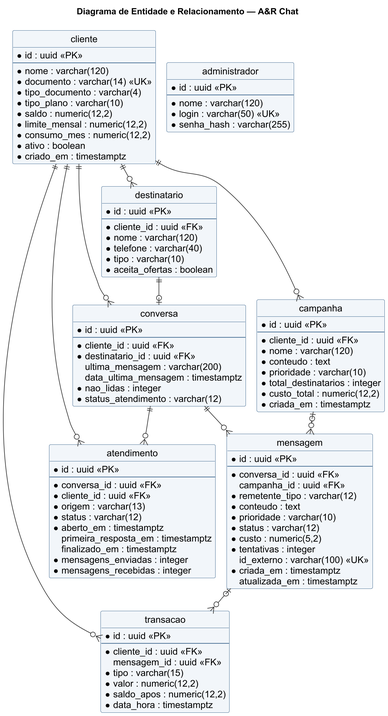
Above: docs/03-diagramas/06-der.png in ryanandrade-beep/ar-chat (PlantUML), before the change.
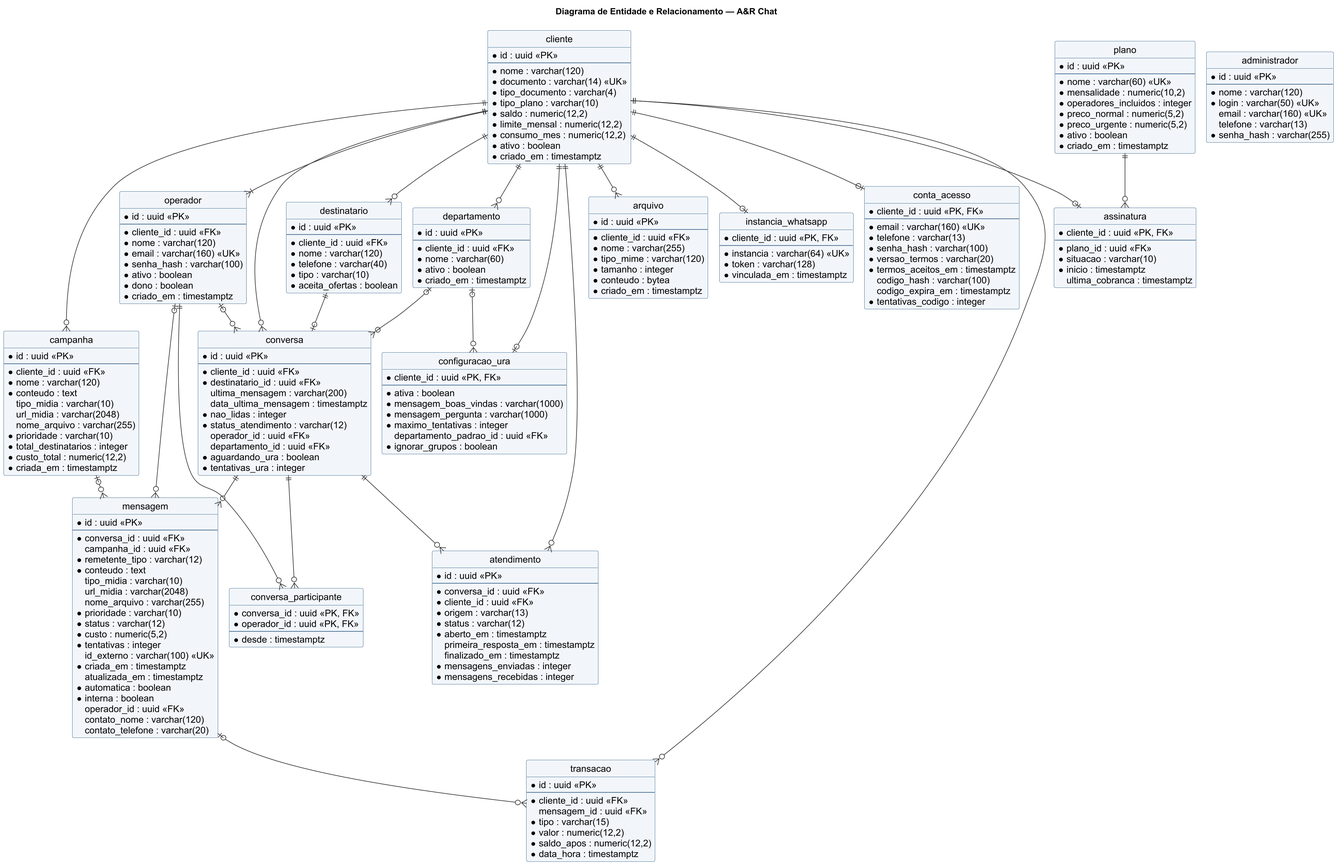
Later version of the same file.

The edit, as a diff of the source:
```diff
@@ -5,6 +5,18 @@
 title Diagrama de Entidade e Relacionamento — A&R Chat
 hide circle
 skinparam linetype ortho
+entity conta_acesso {
+  * cliente_id : uuid <<PK, FK>>
+  --
+  * email : varchar(160) <<UK>>
+  * telefone : varchar(13)
+  * senha_hash : varchar(100)
+  * versao_termos : varchar(20)
+  * termos_aceitos_em : timestamptz
+  codigo_hash : varchar(100)
+  codigo_expira_em : timestamptz
+  * tentativas_codigo : integer
+}
 entity cliente {
   * id : uuid <<PK>>
   --
@@ -33,6 +45,9 @@
   * cliente_id : uuid <<FK>>
   * nome : varchar(120)
   * conteudo : text
+  tipo_midia : varchar(10)
+  url_midia : varchar(2048)
+  nome_arquivo : varchar(255)
   * prioridade : varchar(10)
   * total_destinatarios : integer
   * custo_total : numeric(12,2)
@@ -47,6 +62,10 @@
   data_ultima_mensagem : timestamptz
   * nao_lidas : integer
   * status_atendimento : varchar(12)
+  operador_id : uuid <<FK>>
+  departamento_id : uuid <<FK>>
+  * aguardando_ura : boolean
+  * tentativas_ura : integer
 }
 entity mensagem {
   * id : uuid <<PK>>
@@ -55,6 +74,9 @@
   campanha_id : uuid <<FK>>
   * remetente_tipo : varchar(12)
   * conteudo : text
+  tipo_midia : varchar(10)
+  url_midia : varchar(2048)
+  nome_arquivo : varchar(255)
   * prioridade : varchar(10)
   * status : varchar(12)
   * custo : numeric(5,2)
@@ -62,6 +84,11 @@
   id_externo : varchar(100) <<UK>>
   * criada_em : timestamptz
   atualizada_em : timestamptz
+  * automatica : boolean
+  * interna : boolean
+  operador_id : uuid <<FK>>
+  contato_nome : varchar(120)
+  contato_telefone : varchar(20)
 }
 entity transacao {
   * id : uuid <<PK>>
@@ -91,8 +118,82 @@
   --
   * nome : varchar(120)
   * login : varchar(50) <<UK>>
+  email : varchar(160) <<UK>>
+  telefone : varchar(13)
   * senha_hash : varchar(255)
 }
+entity operador {
+  * id : uuid <<PK>>
+  --
+  * cliente_id : uuid <<FK>>
+  * nome : varchar(120)
+  * email : varchar(160) <<UK>>
+  * senha_hash : varchar(100)
+  * ativo : boolean
+  * dono : boolean
+  * criado_em : timestamptz
+}
+entity conversa_participante {
+  * conversa_id : uuid <<PK, FK>>
+  * operador_id : uuid <<PK, FK>>
+  --
+  * desde : timestamptz
+}
+entity plano {
+  * id : uuid <<PK>>
+  --
+  * nome : varchar(60) <<UK>>
+  * mensalidade : numeric(10,2)
+  * operadores_incluidos : integer
+  * preco_normal : numeric(5,2)
+  * preco_urgente : numeric(5,2)
+  * ativo : boolean
+  * criado_em : timestamptz
+}
+entity assinatura {
+  * cliente_id : uuid <<PK, FK>>
+  --
+  * plano_id : uuid <<FK>>
+  * situacao : varchar(10)
+  * inicio : timestamptz
+  ultima_cobranca : timestamptz
+}
+entity departamento {
+  * id : uuid <<PK>>
+  --
+  * cliente_id : uuid <<FK>>
+  * nome : varchar(60)
+  * ativo : boolean
+  * criado_em : timestamptz
+}
+entity configuracao_ura {
+  * cliente_id : uuid <<PK, FK>>
+  --
+  * ativa : boolean
+  * mensagem_boas_vindas : varchar(1000)
+  * mensagem_pergunta : varchar(1000)
+  * maximo_tentativas : integer
+  departamento_padrao_id : uuid <<FK>>
+  * ignorar_grupos : boolean
+}
+entity arquivo {
+  * id : uuid <<PK>>
+  --
+  * cliente_id : uuid <<FK>>
+  * nome : varchar(255)
+  * tipo_mime : varchar(120)
+  * tamanho : integer
+  * conteudo : bytea
+  * criado_em : timestamptz
+}
+entity instancia_whatsapp {
+  * cliente_id : uuid <<PK, FK>>
+  --
+  * instancia : varchar(64) <<UK>>
+  * token : varchar(128)
+  * vinculada_em : timestamptz
+}
+cliente ||--o| conta_acesso
 cliente ||--o{ conversa
 cliente ||--o{ destinatario
 destinatario ||--o| conversa
@@ -103,4 +204,17 @@
 conversa ||--o{ atendimento
 cliente ||--o{ atendimento
 campanha |o--o{ mensagem
+cliente ||--|{ operador
+operador |o--o{ conversa
+conversa ||--o{ conversa_participante
+operador ||--o{ conversa_participante
+operador |o--o{ mensagem
+plano ||--o{ assinatura
+cliente ||--o| assinatura
+cliente ||--o{ departamento
+departamento |o--o{ conversa
+cliente ||--o| configuracao_ura
+departamento |o--o{ configuracao_ura
+cliente ||--o{ arquivo
+cliente ||--o| instancia_whatsapp
 @enduml
```
